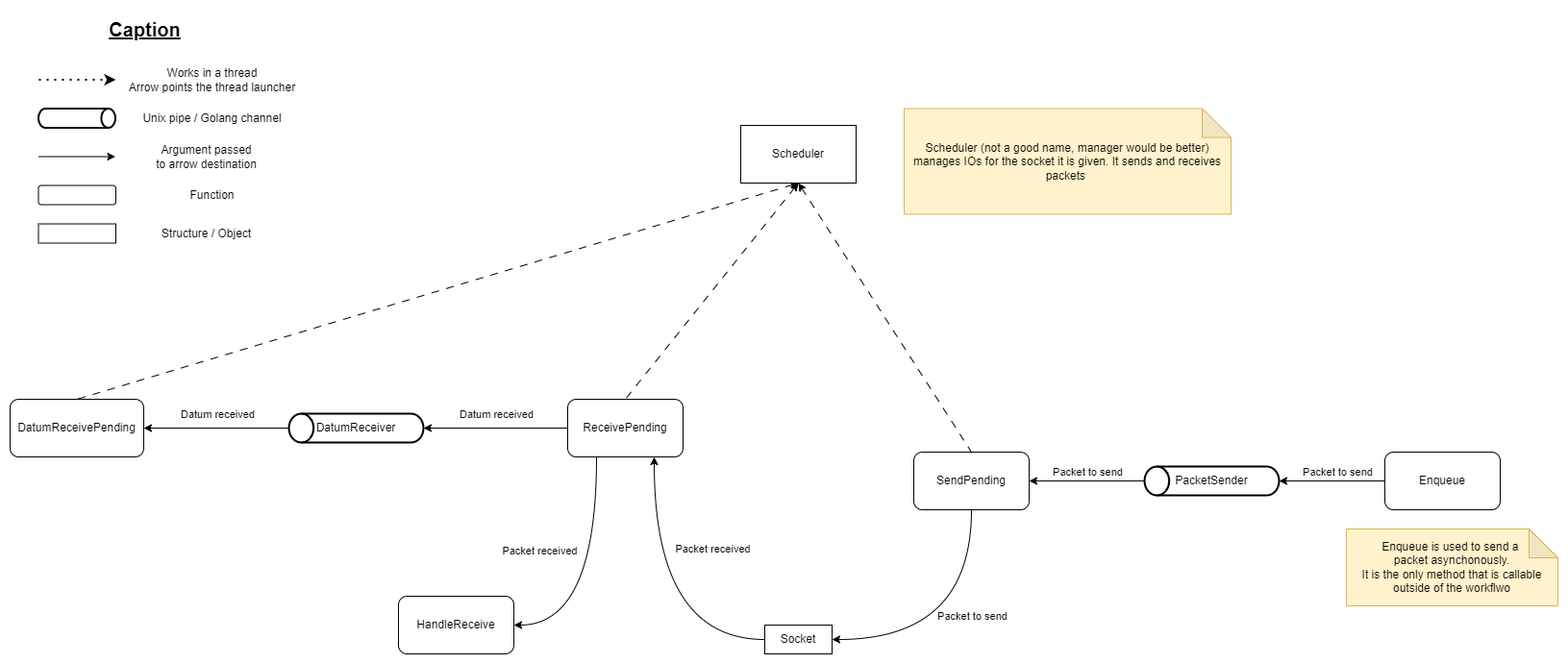
Above: res/architecture.png in Bobybyk/p2p-file-tree-sharing (draw.io), before the change. Source tidied: cells renumbered, new cells last; positions are measured from the earlier drawing's top-left corner, leaving out a move shared by most shapes.
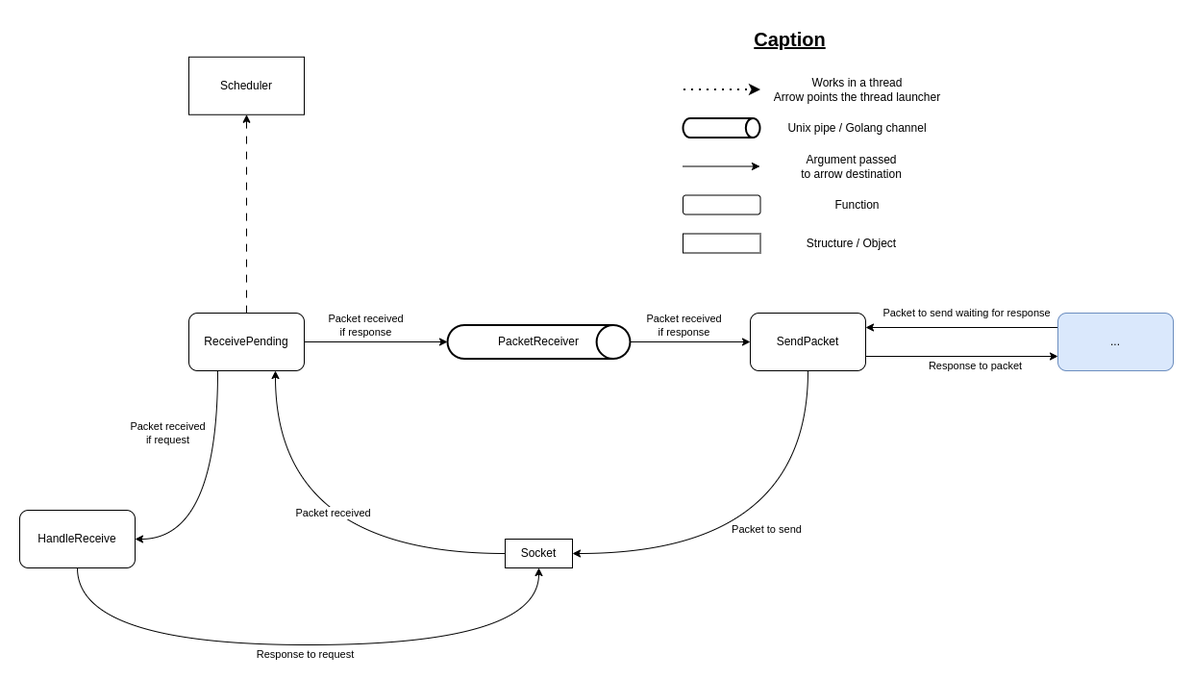
Later version of the same file.

Commit message:
updated architecture sketch

Diff of the diagram source:
```diff
@@ -2,28 +2,22 @@
   <root>
     <mxCell id="0" />
     <mxCell id="1" parent="0" />
-    <mxCell id="2" style="rounded=0;jettySize=auto;html=1;exitX=0.5;exitY=1;exitDx=0;exitDy=0;entryX=0.5;entryY=0;entryDx=0;entryDy=0;endArrow=none;endFill=0;startArrow=classic;startFill=1;dashed=1;dashPattern=8 8;" parent="1" edge="1" source="5" target="12">
-      <mxGeometry relative="1" as="geometry" />
-    </mxCell>
-    <mxCell id="3" style="rounded=0;jettySize=auto;html=1;exitX=0.5;exitY=1;exitDx=0;exitDy=0;entryX=0.5;entryY=0;entryDx=0;entryDy=0;endArrow=none;endFill=0;startArrow=classic;startFill=1;dashed=1;dashPattern=8 8;" parent="1" edge="1" source="5" target="11">
-      <mxGeometry relative="1" as="geometry" />
-    </mxCell>
     <mxCell id="4" style="rounded=0;jettySize=auto;html=1;exitX=0.5;exitY=1;exitDx=0;exitDy=0;entryX=0.5;entryY=0;entryDx=0;entryDy=0;endArrow=none;endFill=0;startArrow=classic;startFill=1;dashed=1;dashPattern=8 8;" parent="1" edge="1" source="5" target="8">
       <mxGeometry relative="1" as="geometry" />
     </mxCell>
     <mxCell id="5" value="Scheduler" style="rounded=0;whiteSpace=wrap;html=1;" parent="1" vertex="1">
-      <mxGeometry x="760" y="120" width="120" height="60" as="geometry" />
+      <mxGeometry x="-484.5" y="38.8" width="120" height="60" as="geometry" />
     </mxCell>
     <mxCell id="6" style="edgeStyle=orthogonalEdgeStyle;rounded=0;jettySize=auto;html=1;entryX=1;entryY=0.5;entryDx=0;entryDy=0;curved=1;exitX=0.25;exitY=1;exitDx=0;exitDy=0;" parent="1" edge="1" source="8" target="16">
       <mxGeometry relative="1" as="geometry" />
     </mxCell>
-    <mxCell id="7" value="Packet received" style="edgeLabel;html=1;align=center;verticalAlign=middle;" parent="6" vertex="1">
+    <mxCell id="7" value="Packet received&lt;br&gt;if request" style="edgeLabel;html=1;align=center;verticalAlign=middle;" parent="6" vertex="1">
       <mxGeometry x="-0.26" y="-8" relative="1" as="geometry">
-        <mxPoint x="-52" as="offset" />
+        <mxPoint x="-44" y="-32" as="offset" />
       </mxGeometry>
     </mxCell>
     <mxCell id="8" value="ReceivePending" style="rounded=1;whiteSpace=wrap;html=1;" parent="1" vertex="1">
-      <mxGeometry x="580" y="405" width="120" height="60" as="geometry" />
+      <mxGeometry x="-484.5" y="305" width="120" height="60" as="geometry" />
     </mxCell>
     <mxCell id="9" style="edgeStyle=orthogonalEdgeStyle;rounded=0;jettySize=auto;html=1;entryX=1;entryY=0.5;entryDx=0;entryDy=0;curved=1;exitX=0.5;exitY=1;exitDx=0;exitDy=0;" parent="1" edge="1" source="11" target="15">
       <mxGeometry relative="1" as="geometry" />
@@ -33,12 +27,25 @@
         <mxPoint x="43" y="-4" as="offset" />
       </mxGeometry>
     </mxCell>
+    <mxCell id="41" style="edgeStyle=orthogonalEdgeStyle;rounded=0;jettySize=auto;html=1;exitX=1;exitY=0.25;exitDx=0;exitDy=0;endArrow=none;endFill=0;startArrow=classic;startFill=1;entryX=0;entryY=0.25;entryDx=0;entryDy=0;" parent="1" edge="1" source="11" target="52">
+      <mxGeometry relative="1" as="geometry" />
+    </mxCell>
+    <mxCell id="42" value="Packet to send waiting for response" style="edgeLabel;html=1;align=center;verticalAlign=middle;" parent="41" vertex="1">
+      <mxGeometry x="-0.12" relative="1" as="geometry">
+        <mxPoint x="16" y="-15" as="offset" />
+      </mxGeometry>
+    </mxCell>
+    <mxCell id="43" style="edgeStyle=orthogonalEdgeStyle;rounded=0;jettySize=auto;html=1;exitX=1;exitY=0.75;exitDx=0;exitDy=0;entryX=0;entryY=0.75;entryDx=0;entryDy=0;" parent="1" edge="1" source="11" target="52">
+      <mxGeometry relative="1" as="geometry" />
+    </mxCell>
+    <mxCell id="44" value="Response to packet" style="edgeLabel;html=1;align=center;verticalAlign=middle;" parent="43" vertex="1">
+      <mxGeometry x="0.13" y="4" relative="1" as="geometry">
+        <mxPoint y="14" as="offset" />
+      </mxGeometry>
+    </mxCell>
-    <mxCell id="11" value="SendPending" style="rounded=1;whiteSpace=wrap;html=1;" parent="1" vertex="1">
-      <mxGeometry x="940" y="460" width="120" height="60" as="geometry" />
+    <mxCell id="11" value="SendPacket" style="rounded=1;whiteSpace=wrap;html=1;" parent="1" vertex="1">
+      <mxGeometry x="99.5" y="305" width="120" height="60" as="geometry" />
     </mxCell>
-    <mxCell id="12" value="DatumReceivePending" style="rounded=1;whiteSpace=wrap;html=1;" parent="1" vertex="1">
-      <mxGeometry y="405" width="139" height="60" as="geometry" />
-    </mxCell>
     <mxCell id="13" style="edgeStyle=orthogonalEdgeStyle;rounded=0;jettySize=auto;html=1;entryX=0.75;entryY=1;entryDx=0;entryDy=0;curved=1;" parent="1" edge="1" source="15" target="8">
       <mxGeometry relative="1" as="geometry" />
     </mxCell>
@@ -48,55 +55,24 @@
       </mxGeometry>
     </mxCell>
     <mxCell id="15" value="Socket" style="rounded=0;whiteSpace=wrap;html=1;" parent="1" vertex="1">
-      <mxGeometry x="785" y="640" width="70" height="30" as="geometry" />
+      <mxGeometry x="-155.5" y="540" width="70" height="30" as="geometry" />
     </mxCell>
+    <mxCell id="45" style="edgeStyle=orthogonalEdgeStyle;rounded=0;jettySize=auto;html=1;curved=1;entryX=0.5;entryY=1;entryDx=0;entryDy=0;" parent="1" edge="1" source="16" target="15">
+      <mxGeometry relative="1" as="geometry">
+        <Array as="points">
+          <mxPoint x="-600.5" y="650" />
+          <mxPoint x="-120.5" y="650" />
+        </Array>
+      </mxGeometry>
+    </mxCell>
+    <mxCell id="46" value="Response to request" style="edgeLabel;html=1;align=center;verticalAlign=middle;" parent="45" vertex="1">
+      <mxGeometry x="-0.46" y="12" relative="1" as="geometry">
+        <mxPoint x="144" y="22" as="offset" />
+      </mxGeometry>
+    </mxCell>
     <mxCell id="16" value="HandleReceive" style="rounded=1;whiteSpace=wrap;html=1;" parent="1" vertex="1">
-      <mxGeometry x="404" y="610" width="120" height="60" as="geometry" />
+      <mxGeometry x="-660.5" y="510" width="120" height="60" as="geometry" />
     </mxCell>
-    <mxCell id="17" value="Enqueue" style="rounded=1;whiteSpace=wrap;html=1;" parent="1" vertex="1">
-      <mxGeometry x="1430" y="460" width="120" height="60" as="geometry" />
-    </mxCell>
-    <mxCell id="18" style="edgeStyle=orthogonalEdgeStyle;rounded=0;jettySize=auto;html=1;entryX=1;entryY=0.5;entryDx=0;entryDy=0;" parent="1" edge="1" source="20" target="11">
-      <mxGeometry relative="1" as="geometry" />
-    </mxCell>
-    <mxCell id="19" value="Packet to send" style="edgeLabel;html=1;align=center;verticalAlign=middle;" parent="18" vertex="1">
-      <mxGeometry x="0.21" y="1" relative="1" as="geometry">
-        <mxPoint x="12" y="-11" as="offset" />
-      </mxGeometry>
-    </mxCell>
-    <mxCell id="20" value="PacketSender" style="strokeWidth=2;html=1;shape=mxgraph.flowchart.direct_data;whiteSpace=wrap;rotation=0;direction=west;" parent="1" vertex="1">
-      <mxGeometry x="1180" y="475" width="140" height="30" as="geometry" />
-    </mxCell>
-    <mxCell id="21" style="edgeStyle=orthogonalEdgeStyle;rounded=0;jettySize=auto;html=1;entryX=0;entryY=0.5;entryDx=0;entryDy=0;entryPerimeter=0;" parent="1" edge="1" source="17" target="20">
-      <mxGeometry relative="1" as="geometry" />
-    </mxCell>
-    <mxCell id="22" value="Packet to send" style="edgeLabel;html=1;align=center;verticalAlign=middle;" parent="21" vertex="1">
-      <mxGeometry x="0.16" relative="1" as="geometry">
-        <mxPoint x="14" y="-10" as="offset" />
-      </mxGeometry>
-    </mxCell>
-    <mxCell id="23" style="edgeStyle=orthogonalEdgeStyle;rounded=0;jettySize=auto;html=1;exitX=1;exitY=0.5;exitDx=0;exitDy=0;exitPerimeter=0;entryX=1;entryY=0.5;entryDx=0;entryDy=0;" parent="1" edge="1" source="25" target="12">
-      <mxGeometry relative="1" as="geometry" />
-    </mxCell>
-    <mxCell id="24" value="Datum received" style="edgeLabel;html=1;align=center;verticalAlign=middle;" parent="23" vertex="1">
-      <mxGeometry x="-0.16" y="1" relative="1" as="geometry">
-        <mxPoint x="-11" y="-16" as="offset" />
-      </mxGeometry>
-    </mxCell>
-    <mxCell id="25" value="DatumReceiver" style="strokeWidth=2;html=1;shape=mxgraph.flowchart.direct_data;whiteSpace=wrap;rotation=0;direction=west;" parent="1" vertex="1">
-      <mxGeometry x="290" y="420" width="140" height="30" as="geometry" />
-    </mxCell>
-    <mxCell id="26" style="edgeStyle=orthogonalEdgeStyle;rounded=0;jettySize=auto;html=1;exitX=0;exitY=0.5;exitDx=0;exitDy=0;entryX=0;entryY=0.5;entryDx=0;entryDy=0;entryPerimeter=0;" parent="1" edge="1" source="8" target="25">
-      <mxGeometry relative="1" as="geometry" />
-    </mxCell>
-    <mxCell id="27" value="Datum received" style="edgeLabel;html=1;align=center;verticalAlign=middle;" parent="26" vertex="1">
-      <mxGeometry x="0.18" relative="1" as="geometry">
-        <mxPoint x="14" y="-15" as="offset" />
-      </mxGeometry>
-    </mxCell>
-    <mxCell id="28" value="&lt;div style=&quot;&quot;&gt;&lt;span style=&quot;background-color: initial;&quot;&gt;Scheduler (not a good name, manager would be better) manages IOs for the socket it is given. It sends and receives packets&amp;nbsp;&lt;/span&gt;&lt;/div&gt;" style="shape=note;whiteSpace=wrap;html=1;backgroundOutline=1;darkOpacity=0.05;fillColor=#fff2cc;strokeColor=#d6b656;align=center;" parent="1" vertex="1">
-      <mxGeometry x="930" y="102.5" width="340" height="110" as="geometry" />
-    </mxCell>
     <mxCell id="29" style="endArrow=classic;dashed=1;html=1;dashPattern=1 3;strokeWidth=2;rounded=0;startArrow=none;startFill=0;endFill=1;" parent="1" edge="1">
       <mxGeometry relative="1" as="geometry">
         <mxPoint x="30" y="72.5" as="sourcePoint" />
@@ -136,8 +112,27 @@
     <mxCell id="39" value="Structure / Object" style="text;html=1;align=center;verticalAlign=middle;strokeColor=none;fillColor=none;" parent="1" vertex="1">
       <mxGeometry x="144" y="217.5" width="120" height="30" as="geometry" />
     </mxCell>
-    <mxCell id="40" value="&lt;div style=&quot;&quot;&gt;Enqueue is used to send a&amp;nbsp;&lt;/div&gt;&lt;div style=&quot;&quot;&gt;packet asynchonously.&lt;/div&gt;&lt;div style=&quot;&quot;&gt;It is the only method that is callable outside of the workflwo&lt;/div&gt;" style="shape=note;whiteSpace=wrap;html=1;backgroundOutline=1;darkOpacity=0.05;fillColor=#fff2cc;strokeColor=#d6b656;align=center;" parent="1" vertex="1">
-      <mxGeometry x="1390" y="540" width="220" height="80" as="geometry" />
-    </mxCell>
+    <mxCell id="47" style="edgeStyle=orthogonalEdgeStyle;rounded=0;jettySize=auto;html=1;entryX=0;entryY=0.5;entryDx=0;entryDy=0;" parent="1" edge="1" source="49" target="11">
+      <mxGeometry relative="1" as="geometry" />
+    </mxCell>
+    <mxCell id="48" value="Packet received&lt;br style=&quot;border-color: var(--border-color);&quot;&gt;if response" style="edgeLabel;html=1;align=center;verticalAlign=middle;" parent="47" vertex="1">
+      <mxGeometry x="-0.39" y="1" relative="1" as="geometry">
+        <mxPoint x="17" y="-16" as="offset" />
+      </mxGeometry>
+    </mxCell>
+    <mxCell id="49" value="&lt;div style=&quot;&quot;&gt;&lt;pre style=&quot;&quot;&gt;&lt;font style=&quot;background-color: rgb(255, 255, 255);&quot; face=&quot;Helvetica&quot;&gt;PacketReceiver&lt;/font&gt;&lt;/pre&gt;&lt;/div&gt;" style="strokeWidth=2;html=1;shape=mxgraph.flowchart.direct_data;whiteSpace=wrap;" parent="1" vertex="1">
+      <mxGeometry x="-215.5" y="317.5" width="190" height="35" as="geometry" />
+    </mxCell>
+    <mxCell id="50" style="edgeStyle=orthogonalEdgeStyle;rounded=0;jettySize=auto;html=1;entryX=0;entryY=0.5;entryDx=0;entryDy=0;entryPerimeter=0;" parent="1" edge="1" source="8" target="49">
+      <mxGeometry relative="1" as="geometry" />
+    </mxCell>
+    <mxCell id="51" value="Packet received&lt;br&gt;if response" style="edgeLabel;html=1;align=center;verticalAlign=middle;" parent="50" vertex="1">
+      <mxGeometry x="-0.14" y="2" relative="1" as="geometry">
+        <mxPoint y="-15" as="offset" />
+      </mxGeometry>
+    </mxCell>
+    <mxCell id="52" value="..." style="rounded=1;whiteSpace=wrap;html=1;fillColor=#dae8fc;strokeColor=#6c8ebf;" parent="1" vertex="1">
+      <mxGeometry x="419.5" y="305" width="120" height="60" as="geometry" />
+    </mxCell>
   </root>
 </mxGraphModel>
```
